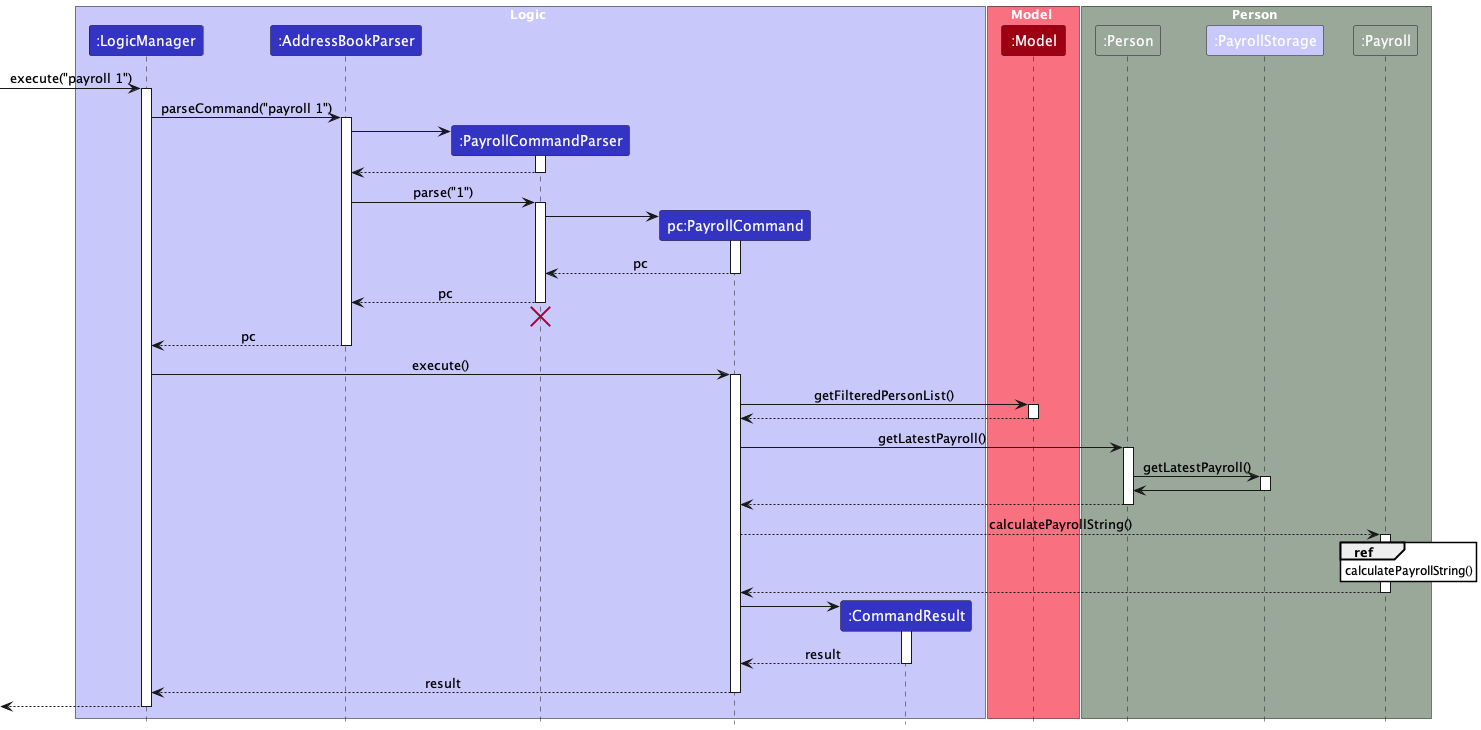
nus-cs2103-AY2324S1/tp keeps this PlantUML diagram as docs/images/PayrollCalculationSequenceDiagram.png. Above is the earlier version. The source it was exported from:
```plantuml
@startuml
!include style.puml
skinparam ArrowFontStyle plain
skinparam sequenceReferenceBackgroundColor white

box Logic LOGIC_COLOR_T1
participant ":LogicManager" as LogicManager LOGIC_COLOR
participant ":AddressBookParser" as AddressBookParser LOGIC_COLOR
participant ":PayrollCommandParser" as PayrollCommandParser LOGIC_COLOR
participant "pc:PayrollCommand" as PayrollCommand LOGIC_COLOR
participant ":CommandResult" as CommandResult LOGIC_COLOR
end box

box Model MODEL_COLOR_T1
participant ":Model" as Model MODEL_COLOR
end box

box Person PERSON_COLOR
participant ":Person" as Person PERSON_COLOR
participant ":PayrollStorage" as PayrollStorage LOGIC_COLOR_T1
participant ":Payroll" as Payroll PERSON_COLOR
end box

[-> LogicManager : execute("payroll 1")
activate LogicManager

LogicManager -> AddressBookParser : parseCommand("payroll 1")
activate AddressBookParser

create PayrollCommandParser
AddressBookParser -> PayrollCommandParser
activate PayrollCommandParser

PayrollCommandParser --> AddressBookParser
deactivate PayrollCommandParser

AddressBookParser -> PayrollCommandParser : parse("1")
activate PayrollCommandParser

create PayrollCommand
PayrollCommandParser -> PayrollCommand
activate PayrollCommand

PayrollCommand --> PayrollCommandParser : pc
deactivate PayrollCommand

PayrollCommandParser --> AddressBookParser : pc
deactivate PayrollCommandParser

PayrollCommandParser -[hidden]-> AddressBookParser
destroy PayrollCommandParser

AddressBookParser --> LogicManager : pc
deactivate AddressBookParser

LogicManager -> PayrollCommand : execute()
activate PayrollCommand

PayrollCommand -> Model : getFilteredPersonList()
activate Model

Model --> PayrollCommand:
deactivate Model

PayrollCommand -> Person : getLatestPayroll()
activate Person

Person -> PayrollStorage : getLatestPayroll()
activate PayrollStorage

PayrollStorage -> Person
deactivate PayrollStorage

Person --> PayrollCommand :
deactivate Person

PayrollCommand --> Payroll : calculatePayrollString()
activate Payroll

ref over Payroll: calculatePayrollString()

Payroll --> PayrollCommand
deactivate Payroll

create CommandResult
PayrollCommand -> CommandResult
activate CommandResult

CommandResult --> PayrollCommand : result
deactivate CommandResult

PayrollCommand --> LogicManager : result
deactivate PayrollCommand

[<--LogicManager
deactivate LogicManager

@enduml
```
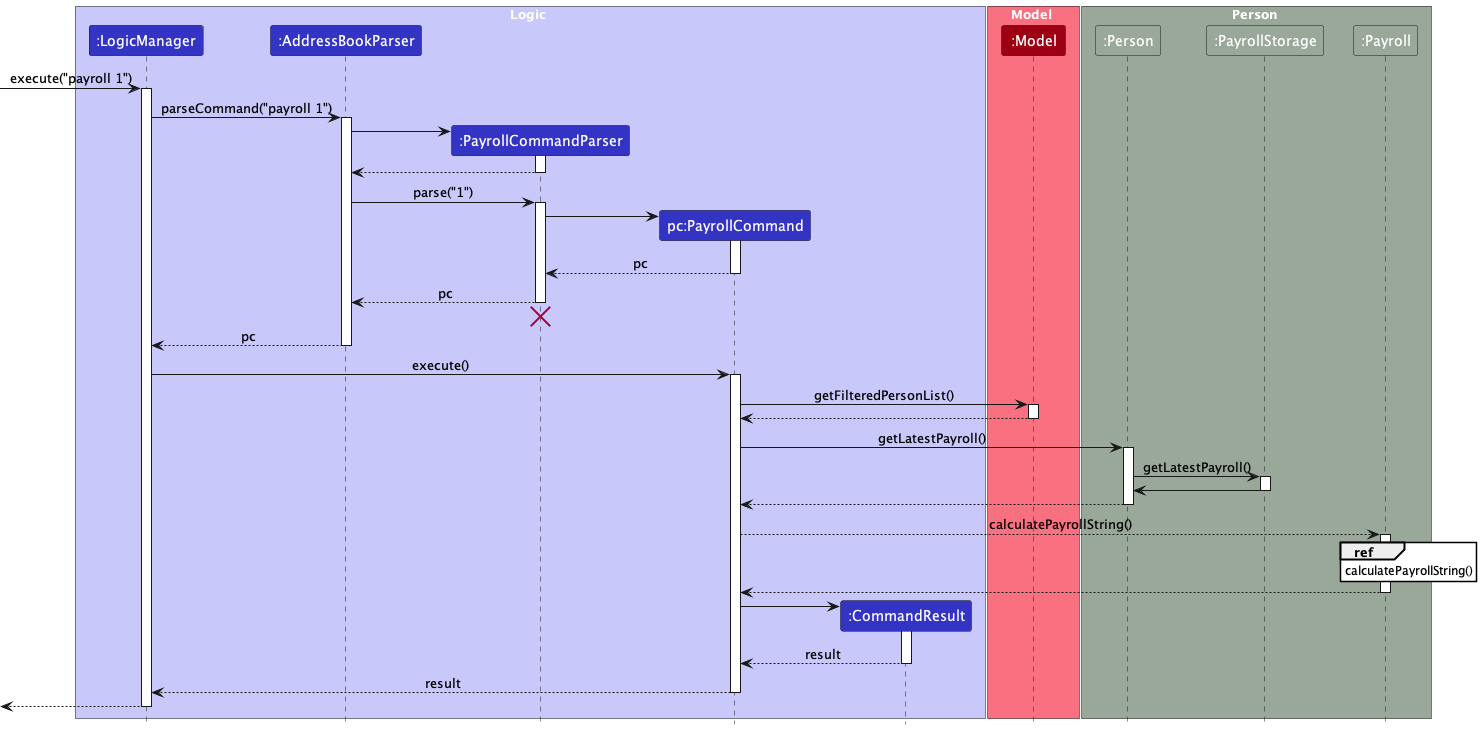
Later version of the same file.

The edit, as a diff of the source:
```diff
@@ -17,7 +17,7 @@
 
 box Person PERSON_COLOR
 participant ":Person" as Person PERSON_COLOR
-participant ":PayrollStorage" as PayrollStorage LOGIC_COLOR_T1
+participant ":PayrollStorage" as PayrollStorage PERSON_COLOR
 participant ":Payroll" as Payroll PERSON_COLOR
 end box
 
```
